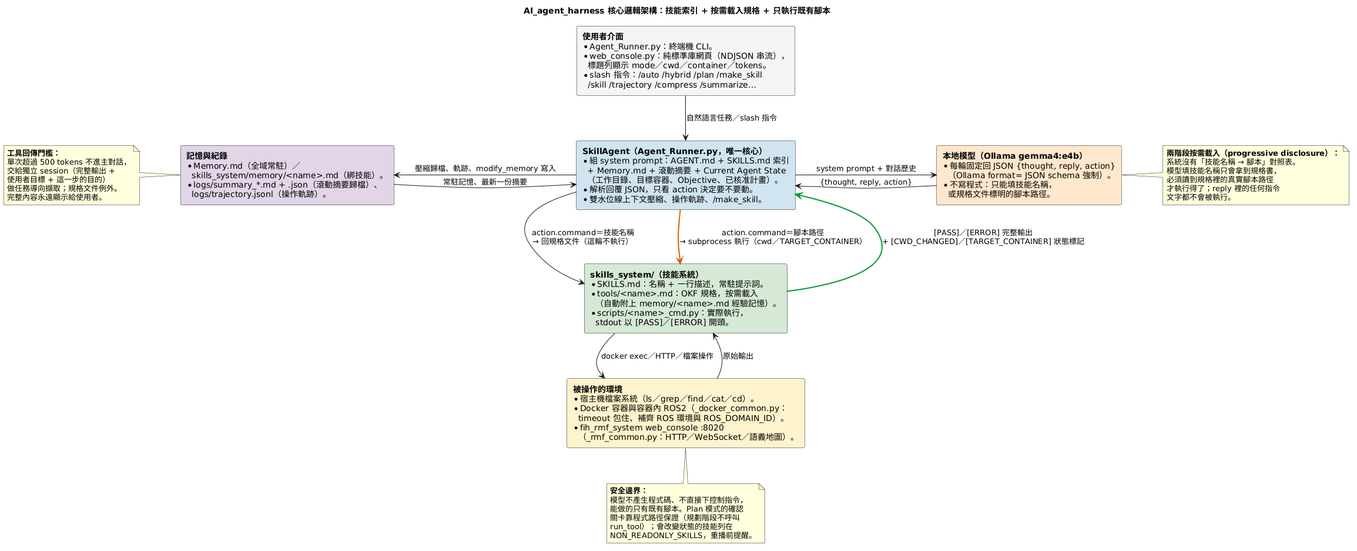
Above: doc/images/AI_agent_harness的說明.png in DavidZox/AI_agent_harness (PlantUML), before the change.
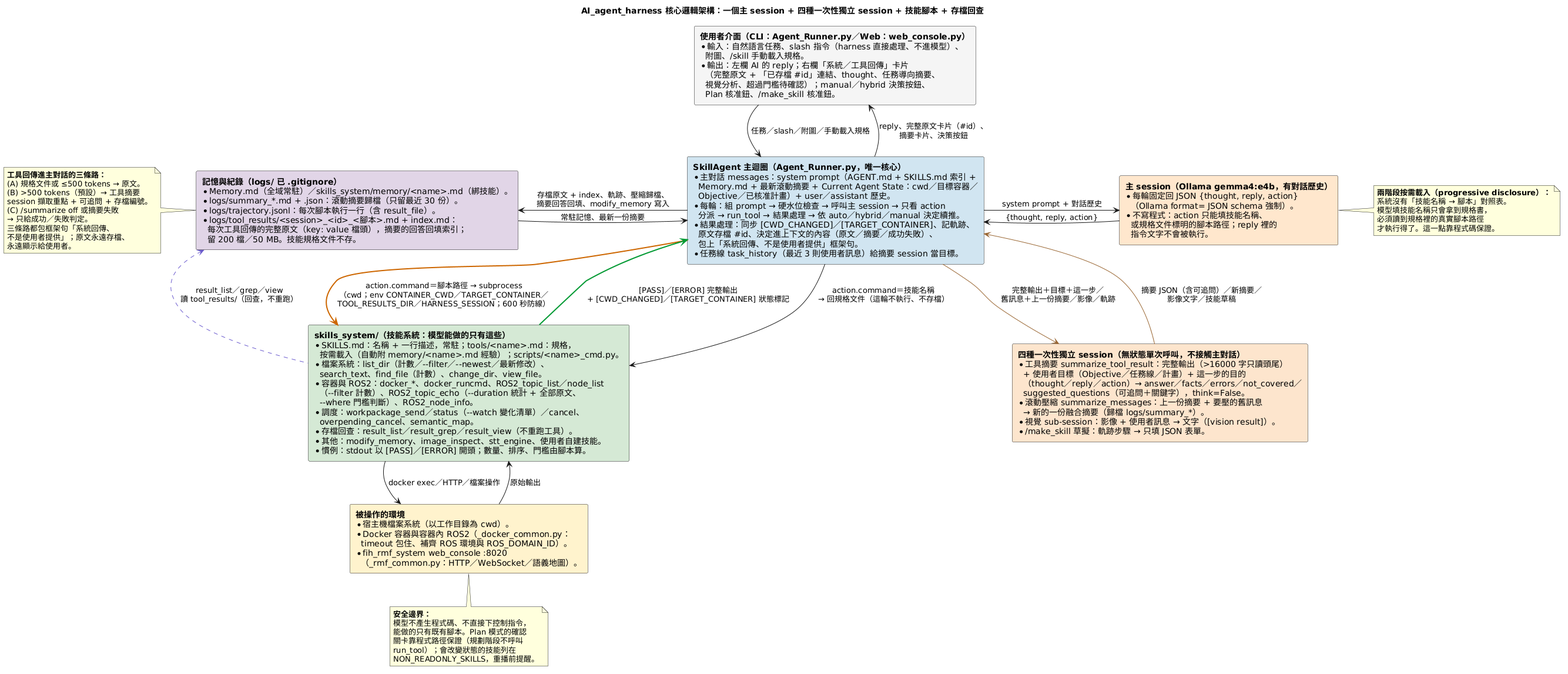
After the change.

What changed in the source:
```diff
@@ -1,82 +1,113 @@
 @startuml
-skinparam RectangleWidthMax 350
-skinparam ranksep 60
-skinparam nodesep 70
+skinparam RectangleWidthMax 360
+skinparam ranksep 55
+skinparam nodesep 60
 skinparam shadowing false
 skinparam defaultFontName "Microsoft JhengHei"
 
-title AI_agent_harness 核心邏輯架構：技能索引 + 按需載入規格 + 只執行既有腳本
+title AI_agent_harness 核心邏輯架構：一個主 session + 四種一次性獨立 session + 技能腳本 + 存檔回查
 
 rectangle NodeUser #F5F5F5 [
-  **使用者介面**
-  * Agent_Runner.py：終端機 CLI。
-  * web_console.py：純標準庫網頁（NDJSON 串流），
-    標題列顯示 mode／cwd／container／tokens。
-  * slash 指令：/auto /hybrid /plan /make_skill
-    /skill /trajectory /compress /summarize…
+  **使用者介面（CLI：Agent_Runner.py／Web：web_console.py）**
+  * 輸入：自然語言任務、slash 指令（harness 直接處理、不進模型）、
+    附圖、/skill 手動載入規格。
+  * 輸出：左欄 AI 的 reply；右欄「系統／工具回傳」卡片
+    （完整原文 + 「已存檔 #id」連結、thought、任務導向摘要、
+    視覺分析、超過門檻待確認）；manual／hybrid 決策按鈕、
+    Plan 核准鈕、/make_skill 核准鈕。
 ]
 
 rectangle NodeAgent #D1E5F0 [
-  **SkillAgent（Agent_Runner.py，唯一核心）**
-  * 組 system prompt：AGENT.md + SKILLS.md 索引
-    + Memory.md + 滾動摘要 + Current Agent State
-    （工作目錄、目標容器、Objective、已核准計畫）。
-  * 解析回覆 JSON，只看 action 決定要不要動。
-  * 雙水位線上下文壓縮、操作軌跡、/make_skill。
+  **SkillAgent 主迴圈（Agent_Runner.py，唯一核心）**
+  * 主對話 messages：system prompt（AGENT.md + SKILLS.md 索引 +
+    Memory.md + 最新滾動摘要 + Current Agent State：cwd／目標容器／
+    Objective／已核准計畫）+ user／assistant 歷史。
+  * 每輪：組 prompt → 硬水位檢查 → 呼叫主 session → 只看 action
+    分派 → run_tool → 結果處理 → 依 auto／hybrid／manual 決定續推。
+  * 結果處理：同步 [CWD_CHANGED]／[TARGET_CONTAINER]、記軌跡、
+    原文存檔 #id、決定進上下文的內容（原文／摘要／成功失敗）、
+    包上「系統回傳、不是使用者提供」框架句。
+  * 任務線 task_history（最近 3 則使用者訊息）給摘要 session 當目標。
 ]
 
 rectangle NodeLLM #FFE6CC [
-  **本地模型（Ollama gemma4:e4b）**
+  **主 session（Ollama gemma4:e4b，有對話歷史）**
   * 每輪固定回 JSON {thought, reply, action}
     （Ollama format= JSON schema 強制）。
-  * 不寫程式：只能填技能名稱，
-    或規格文件標明的腳本路徑。
+  * 不寫程式：action 只能填技能名稱、
+    或規格文件標明的腳本路徑；reply 裡的
+    指令文字不會被執行。
+]
+
+rectangle NodeSub #FCE5CD [
+  **四種一次性獨立 session（無狀態單次呼叫，不接觸主對話）**
+  * 工具摘要 summarize_tool_result：完整輸出（>16000 字只讀頭尾）
+    + 使用者目標（Objective／任務線／計畫）+ 這一步的目的
+    （thought／reply／action）→ answer／facts／errors／not_covered／
+    suggested_questions（可追問＋關鍵字），think=False。
+  * 滾動壓縮 summarize_messages：上一份摘要 + 要壓的舊訊息
+    → 新的一份融合摘要（歸檔 logs/summary_*）。
+  * 視覺 sub-session：影像 + 使用者訊息 → 文字（[vision result]）。
+  * /make_skill 草擬：軌跡步驟 → 只填 JSON 表單。
 ]
 
 rectangle NodeSkills #D5E8D4 [
-  **skills_system/（技能系統）**
-  * SKILLS.md：名稱 + 一行描述，常駐提示詞。
-  * tools/<name>.md：OKF 規格，按需載入
-    （自動附上 memory/<name>.md 經驗記憶）。
-  * scripts/<name>_cmd.py：實際執行，
-    stdout 以 [PASS]／[ERROR] 開頭。
+  **skills_system/（技能系統：模型能做的只有這些）**
+  * SKILLS.md：名稱 + 一行描述，常駐；tools/<name>.md：規格，
+    按需載入（自動附 memory/<name>.md 經驗）；scripts/<name>_cmd.py。
+  * 檔案系統：list_dir（計數／~--filter／~--newest／最新修改）、
+    search_text、find_file（計數）、change_dir、view_file。
+  * 容器與 ROS2：docker_*、docker_runcmd、ROS2_topic_list／node_list
+    （~--filter 計數）、ROS2_topic_echo（~--duration 統計 + 全部原文、
+    ~--where 門檻判斷）、ROS2_node_info。
+  * 調度：workpackage_send／status（~--watch 變化清單）／cancel、
+    overpending_cancel、semantic_map。
+  * 存檔回查：result_list／result_grep／result_view（不重跑工具）。
+  * 其他：modify_memory、image_inspect、stt_engine、使用者自建技能。
+  * 慣例：stdout 以 [PASS]／[ERROR] 開頭；數量、排序、門檻由腳本算。
 ]
 
 rectangle NodeWorld #FFF2CC [
   **被操作的環境**
-  * 宿主機檔案系統（ls／grep／find／cat／cd）。
+  * 宿主機檔案系統（以工作目錄為 cwd）。
   * Docker 容器與容器內 ROS2（_docker_common.py：
     timeout 包住、補齊 ROS 環境與 ROS_DOMAIN_ID）。
   * fih_rmf_system web_console :8020
     （_rmf_common.py：HTTP／WebSocket／語義地圖）。
 ]
 
-rectangle NodeMem #E1D5E7 [
-  **記憶與紀錄**
-  * Memory.md（全域常駐）／
-    skills_system/memory/<name>.md（綁技能）。
-  * logs/summary_*.md + .json（滾動摘要歸檔）、
-    logs/trajectory.jsonl（操作軌跡）。
+rectangle NodeStore #E1D5E7 [
+  **記憶與紀錄（logs/ 已 .gitignore）**
+  * Memory.md（全域常駐）／skills_system/memory/<name>.md（綁技能）。
+  * logs/summary_*.md + .json：滾動摘要歸檔（只留最近 30 份）。
+  * logs/trajectory.jsonl：每次腳本執行一行（含 result_file）。
+  * logs/tool_results/<session>_<id>_<腳本>.md + index.md：
+    每次工具回傳的完整原文（key: value 檔頭），摘要的回答回填索引；
+    留 200 檔／50 MB。技能規格文件不存。
 ]
 
-NodeUser -down-> NodeAgent : 自然語言任務／slash 指令
+NodeUser -down-> NodeAgent : 任務／slash／附圖／手動載入規格
+NodeAgent -up-> NodeUser : reply、完整原文卡片（#id）、\n摘要卡片、決策按鈕
 NodeAgent -right-> NodeLLM : system prompt + 對話歷史
 NodeLLM -left-> NodeAgent : {thought, reply, action}
-NodeAgent -down-> NodeSkills : action.command＝技能名稱\n→ 回規格文件（這輪不執行）
-NodeAgent -[#CC6600,bold]down-> NodeSkills : action.command＝腳本路徑\n→ subprocess 執行（cwd／TARGET_CONTAINER）
+NodeAgent -[#996633]right-> NodeSub : 完整輸出＋目標＋這一步／\n舊訊息＋上一份摘要／影像／軌跡
+NodeSub -[#996633]left-> NodeAgent : 摘要 JSON（含可追問）／新摘要／\n影像文字／技能草稿
+NodeAgent -down-> NodeSkills : action.command＝技能名稱\n→ 回規格文件（這輪不執行、不存檔）
+NodeAgent -[#CC6600,bold]down-> NodeSkills : action.command＝腳本路徑 → subprocess\n（cwd；env CONTAINER_CWD／TARGET_CONTAINER／\nTOOL_RESULTS_DIR／HARNESS_SESSION；600 秒防線）
 NodeSkills -down-> NodeWorld : docker exec／HTTP／檔案操作
 NodeWorld -up-> NodeSkills : 原始輸出
 NodeSkills -[#009933,bold]up-> NodeAgent : [PASS]／[ERROR] 完整輸出\n+ [CWD_CHANGED]／[TARGET_CONTAINER] 狀態標記
-NodeAgent -left-> NodeMem : 壓縮歸檔、軌跡、modify_memory 寫入
-NodeMem -right-> NodeAgent : 常駐記憶、最新一份摘要
+NodeAgent -left-> NodeStore : 存檔原文 + index、軌跡、壓縮歸檔、\n摘要回答回填、modify_memory 寫入
+NodeStore -right-> NodeAgent : 常駐記憶、最新一份摘要
+NodeSkills -[#6A5ACD,dashed]left-> NodeStore : result_list／grep／view\n讀 tool_results/（回查，不重跑）
+NodeLLM -[hidden]down-> NodeSub
 
 note right of NodeLLM
   **兩階段按需載入（progressive disclosure）：**
   系統沒有「技能名稱 → 腳本」對照表。
   模型填技能名稱只會拿到規格書，
   必須讀到規格裡的真實腳本路徑
-  才執行得了；reply 裡的任何指令
-  文字都不會被執行。
+  才執行得了。這一點靠程式碼保證。
 end note
 
 note bottom of NodeWorld
@@ -88,12 +119,15 @@
   NON_READONLY_SKILLS，重播前提醒。
 end note
 
-note left of NodeMem
-  **工具回傳門檻：**
-  單次超過 500 tokens 不進主對話，
-  交給獨立 session（完整輸出 +
-  使用者目標 + 這一步的目的）
-  做任務導向擷取；規格文件例外。
-  完整內容永遠顯示給使用者。
+note left of NodeStore
+  **工具回傳進主對話的三條路：**
+  (A) 規格文件或 ≤500 tokens → 原文。
+  (B) >500 tokens（預設）→ 工具摘要
+  session 擷取重點 + 可追問 + 存檔編號。
+  (C) /summarize off 或摘要失敗
+  → 只給成功／失敗判定。
+  三條路都包框架句「系統回傳、
+  不是使用者提供」；原文永遠存檔、
+  永遠顯示給使用者。
 end note
 @enduml
```
